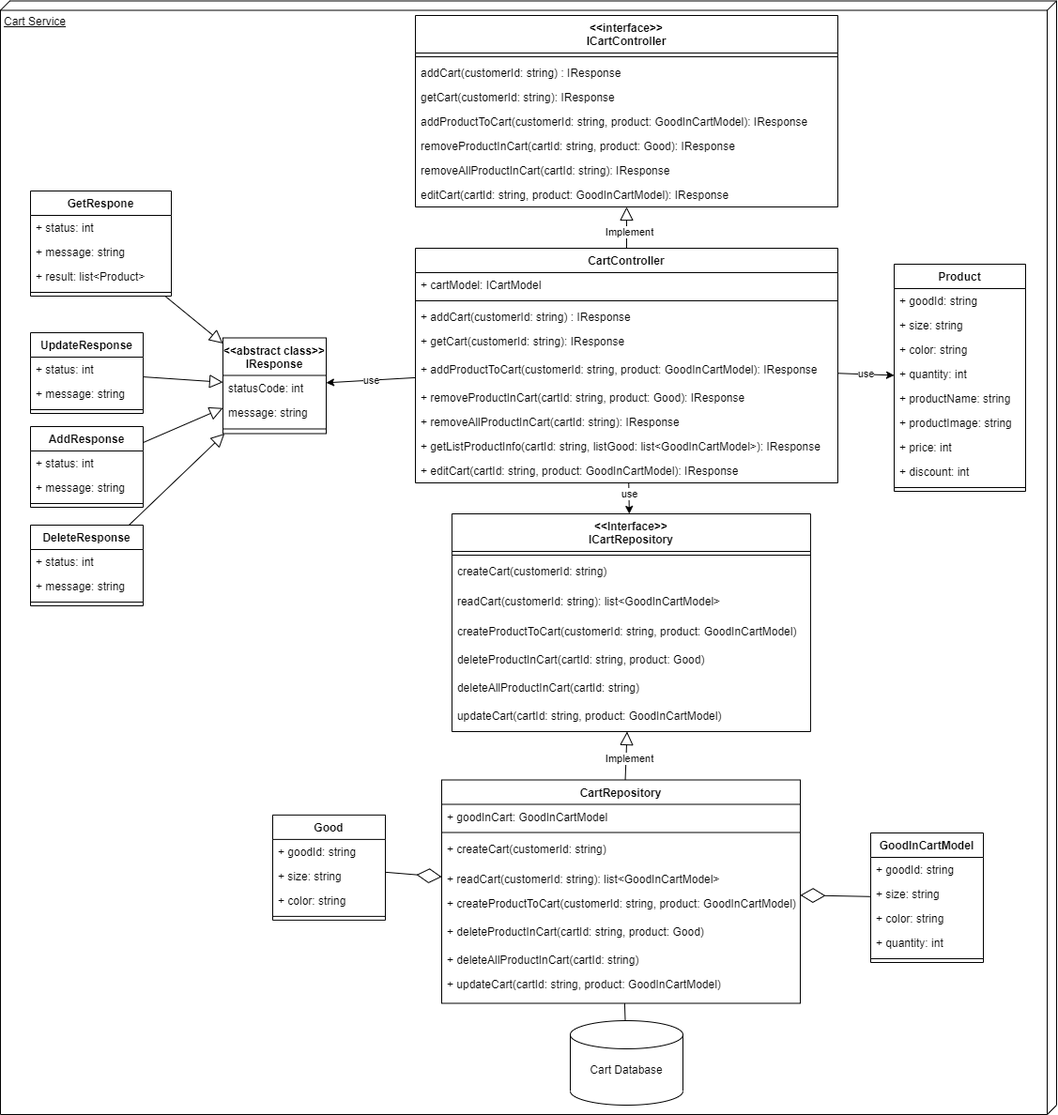
The draw.io diagram img/Architecture/service/CartService.png in hienbui-iwrp/DACN_report, before a commit. Source tidied: cells renumbered, new cells last; positions are measured from the earlier drawing's top-left corner, leaving out a move shared by most shapes.
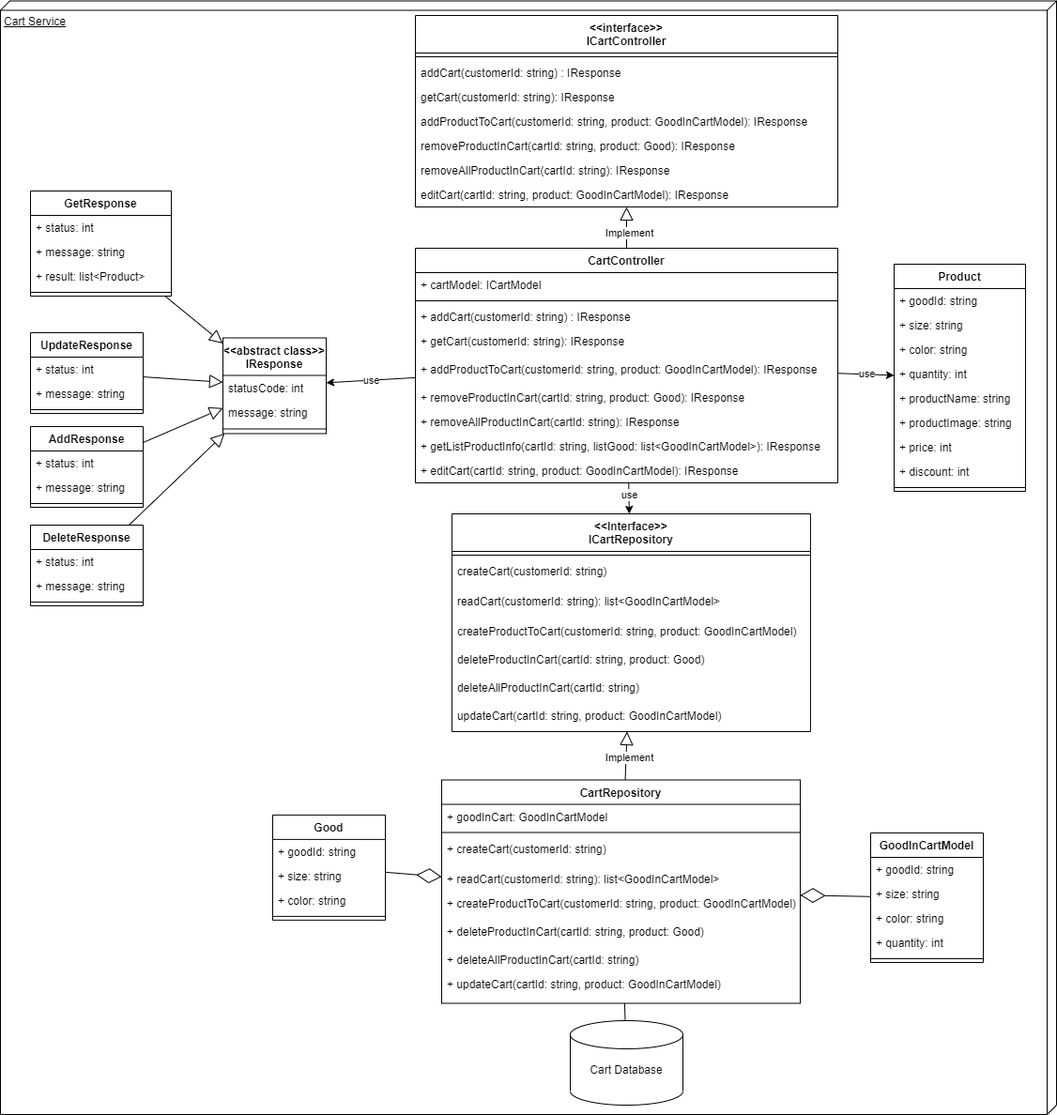
The same diagram one commit later.

Commit message:
SAMPLE branch service

What changed in the source:
```diff
@@ -197,7 +197,7 @@
     <mxCell id="66" style="line;html=1;strokeWidth=1;align=left;verticalAlign=middle;spacingTop=-1;spacingLeft=3;spacingRight=3;labelPosition=right;" parent="63" vertex="1">
       <mxGeometry y="92" width="110" height="10" as="geometry" />
     </mxCell>
-    <mxCell id="67" value="GetRespone" style="swimlane;fontStyle=1;align=center;verticalAlign=top;horizontal=1;startSize=26;" parent="1" vertex="1">
+    <mxCell id="67" value="GetResponse" style="swimlane;fontStyle=1;align=center;verticalAlign=top;horizontal=1;startSize=26;" parent="1" vertex="1">
       <mxGeometry x="32" y="202" width="150" height="112" as="geometry" />
     </mxCell>
     <mxCell id="68" value="+ status: int" style="text;strokeColor=none;fillColor=none;align=left;verticalAlign=top;spacingLeft=4;spacingRight=4;overflow=hidden;" parent="67" vertex="1">
```
